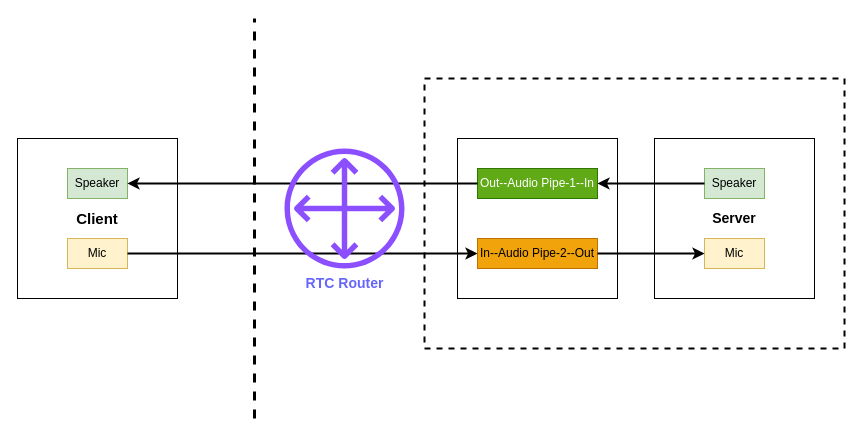
This is realtimemode.drawio from nxtreaming/webchat, a draw.io file, before an edit. Source tidied: cells renumbered, new cells numbered last; positions are measured from the earlier drawing's top-left corner, leaving out a move shared by most shapes. Both pictures are drawn from the tidied source at 100%, with x=0, y=0 at pixel (17, 18).
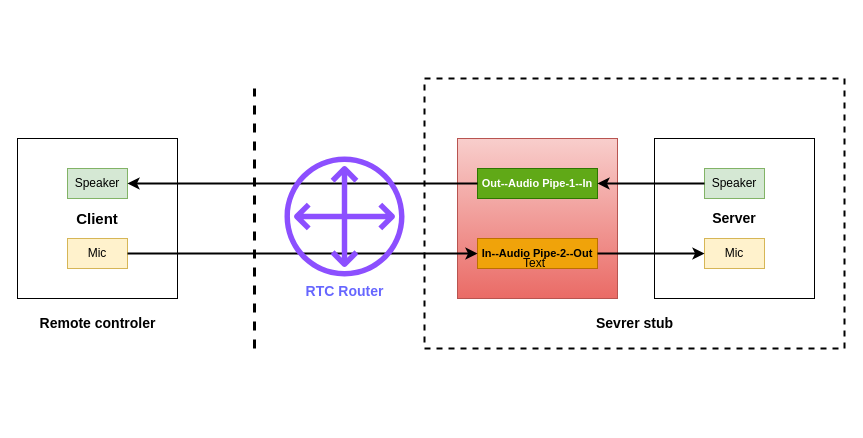
Above is the later version.

Change to the diagram source:
```diff
@@
-    <mxCell id="9" style="whiteSpace=wrap;html=1;" parent="1" vertex="1">
+    <mxCell id="9" style="whiteSpace=wrap;html=1;fillColor=#f8cecc;gradientColor=#ea6b66;strokeColor=#b85450;" parent="1" vertex="1">
       <mxGeometry x="440" y="120" width="160" height="160" as="geometry" />
     </mxCell>
-    <mxCell id="10" value="Out--Audio Pipe-1--In" style="rounded=0;whiteSpace=wrap;html=1;fillColor=#60a917;fontColor=#ffffff;strokeColor=#2D7600;" parent="1" vertex="1">
+    <mxCell id="10" value="&lt;font style=&quot;font-size: 11px;&quot;&gt;&lt;b&gt;Out--Audio Pipe-1--In&lt;/b&gt;&lt;/font&gt;" style="rounded=0;whiteSpace=wrap;html=1;fillColor=#60a917;fontColor=#ffffff;strokeColor=#2D7600;" parent="1" vertex="1">
       <mxGeometry x="460" y="150" width="120" height="30" as="geometry" />
     </mxCell>
-    <mxCell id="11" value="In--Audio Pipe-2--Out" style="rounded=0;whiteSpace=wrap;html=1;fillColor=#f0a30a;fontColor=#000000;strokeColor=#BD7000;" parent="1" vertex="1">
+    <mxCell id="11" value="&lt;font style=&quot;font-size: 11px;&quot;&gt;&lt;b&gt;In--Audio Pipe-2--Out&lt;/b&gt;&lt;/font&gt;" style="rounded=0;whiteSpace=wrap;html=1;fillColor=#f0a30a;fontColor=#000000;strokeColor=#BD7000;" parent="1" vertex="1">
       <mxGeometry x="460" y="220" width="120" height="30" as="geometry" />
     </mxCell>
@@
     <mxCell id="16" style="endArrow=none;dashed=1;html=1;rounded=0;strokeWidth=3;" parent="1" edge="1">
       <mxGeometry relative="1" as="geometry">
-        <mxPoint x="237" y="400" as="sourcePoint" />
-        <mxPoint x="237" as="targetPoint" />
+        <mxPoint x="237" y="330" as="sourcePoint" />
+        <mxPoint x="237" y="70" as="targetPoint" />
       </mxGeometry>
     </mxCell>
     <mxCell id="17" value="&lt;font color=&quot;#6666ff&quot;&gt;&lt;span style=&quot;font-size: 14px;&quot;&gt;&lt;b&gt;RTC Router&lt;/b&gt;&lt;/span&gt;&lt;/font&gt;" style="sketch=0;fontColor=#232F3E;gradientColor=none;fillColor=#8C4FFF;strokeColor=none;dashed=0;verticalLabelPosition=bottom;verticalAlign=top;align=center;html=1;fontSize=12;fontStyle=0;shape=mxgraph.aws4.customer_gateway;" parent="1" vertex="1">
-      <mxGeometry x="267" y="130" width="120" height="120" as="geometry" />
+      <mxGeometry x="267" y="138" width="120" height="120" as="geometry" />
     </mxCell>
+    <mxCell id="18" value="Text" style="text;strokeColor=none;align=center;fillColor=none;html=1;verticalAlign=middle;whiteSpace=wrap;rounded=0;" parent="1" vertex="1">
+      <mxGeometry x="487" y="230" width="60" height="30" as="geometry" />
+    </mxCell>
+    <mxCell id="19" value="&lt;b&gt;&lt;font style=&quot;font-size: 14px;&quot;&gt;Remote controler&lt;/font&gt;&lt;/b&gt;" style="text;html=1;align=center;verticalAlign=middle;strokeColor=none;fillColor=none;" parent="1" vertex="1">
+      <mxGeometry x="10" y="290" width="140" height="30" as="geometry" />
+    </mxCell>
+    <mxCell id="20" value="&lt;b&gt;&lt;font style=&quot;font-size: 14px;&quot;&gt;Sevrer stub&lt;/font&gt;&lt;/b&gt;" style="text;html=1;align=center;verticalAlign=middle;strokeColor=none;fillColor=none;" parent="1" vertex="1">
+      <mxGeometry x="567" y="290" width="100" height="30" as="geometry" />
+    </mxCell>
```
